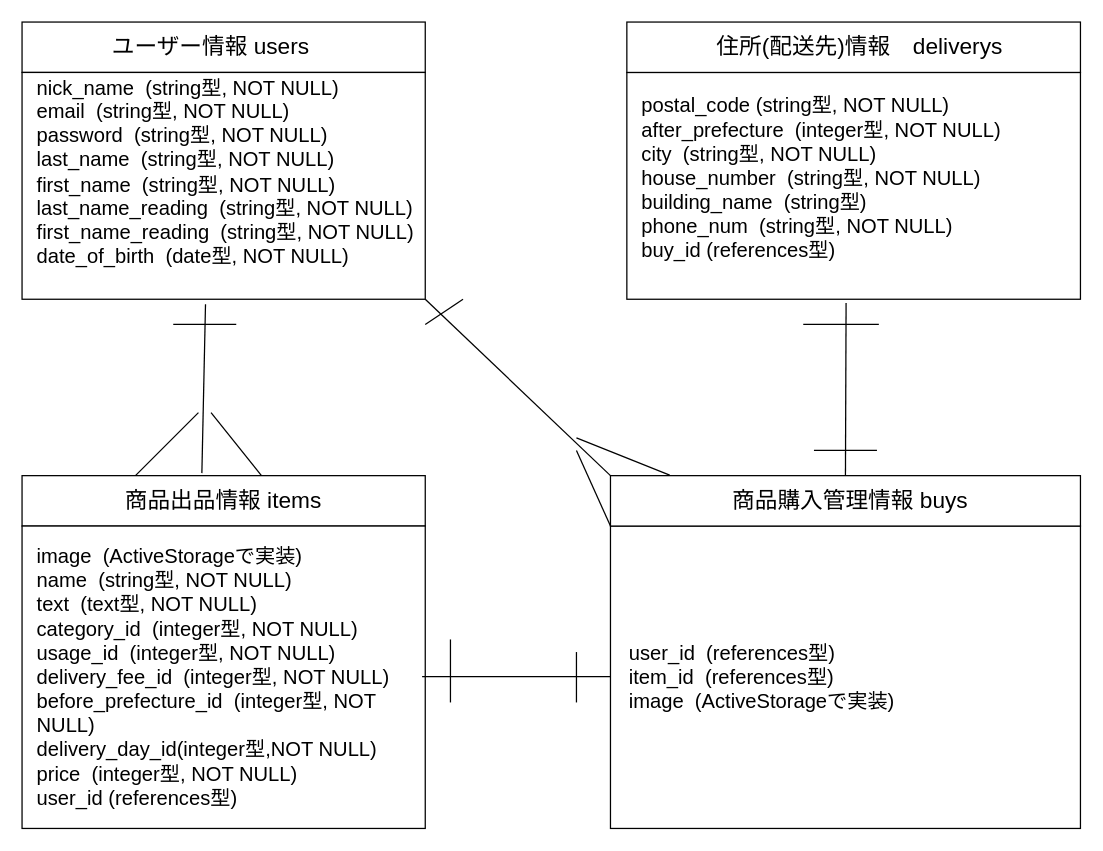
kittan-hub/furima-31661 keeps this draw.io diagram as furima.dio. Above is the earlier version. Source tidied: cells renumbered, new cells numbered last; positions are measured from the earlier drawing's top-left corner, leaving out a move shared by most shapes. Both pictures are drawn from the tidied source at 126%, with x=0, y=0 at pixel (21, 21).
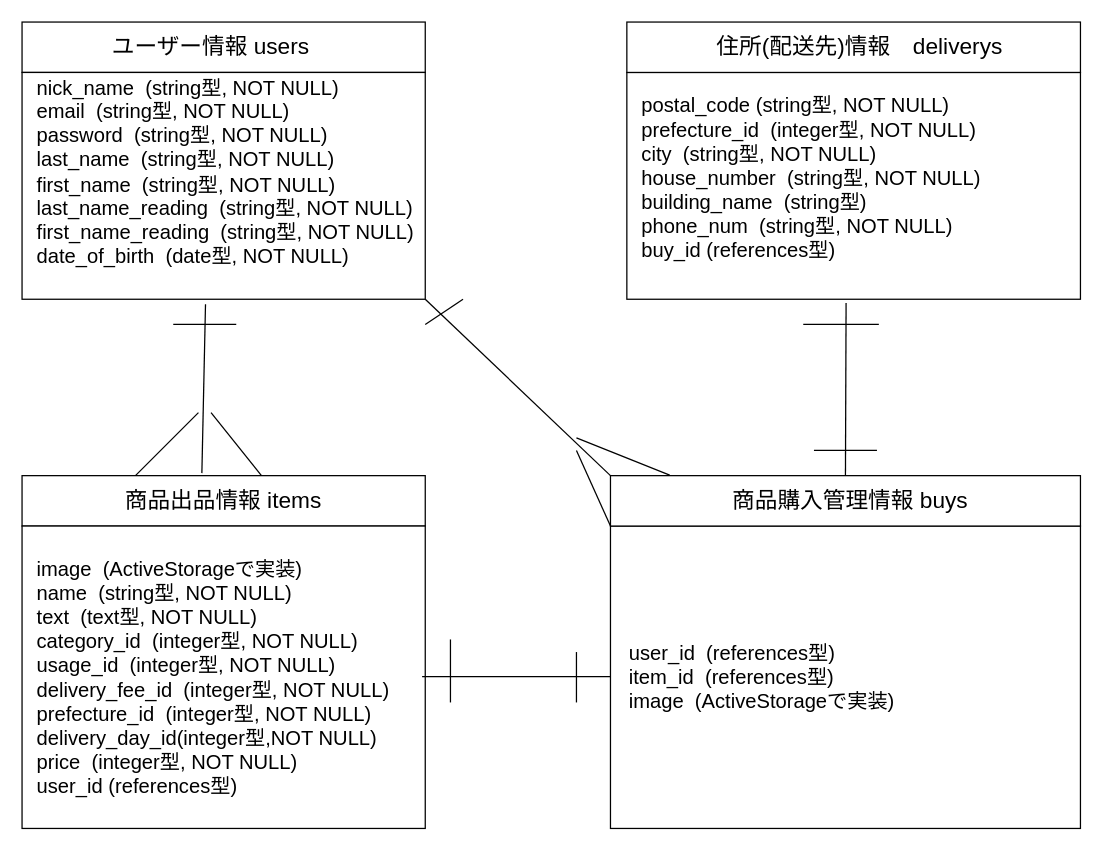
After the change.

Commit message (it also covers changes not shown here):
都道府県カラムの修正

What changed in the source:
```diff
@@
-    <mxCell id="9" value="postal_code (string型, NOT NULL)&lt;br&gt;after_prefecture&amp;nbsp; (integer型, NOT NULL)&lt;br&gt;city&amp;nbsp; (string型, NOT NULL)&lt;br&gt;house_number&amp;nbsp; (string型, NOT NULL)&lt;br&gt;building_name&amp;nbsp; (string型)&lt;br&gt;phone_num&amp;nbsp; (string型, NOT NULL)&lt;br&gt;buy_id (references型)" style="text;html=1;strokeColor=none;fillColor=none;align=left;verticalAlign=middle;whiteSpace=wrap;rounded=0;fontSize=16;" parent="1" vertex="1">
+    <mxCell id="9" value="postal_code (string型, NOT NULL)&lt;br&gt;prefecture_id&amp;nbsp; (integer型, NOT NULL)&lt;br&gt;city&amp;nbsp; (string型, NOT NULL)&lt;br&gt;house_number&amp;nbsp; (string型, NOT NULL)&lt;br&gt;building_name&amp;nbsp; (string型)&lt;br&gt;phone_num&amp;nbsp; (string型, NOT NULL)&lt;br&gt;buy_id (references型)" style="text;html=1;strokeColor=none;fillColor=none;align=left;verticalAlign=middle;whiteSpace=wrap;rounded=0;fontSize=16;" parent="1" vertex="1">
       <mxGeometry x="490" y="49" width="340" height="150" as="geometry" />
     </mxCell>
@@
-    <mxCell id="16" value="image&amp;nbsp; (ActiveStorageで実装)&lt;br&gt;name&amp;nbsp; (string型, NOT NULL)&lt;br&gt;text&amp;nbsp; (text型, NOT NULL)&lt;br&gt;category_id&amp;nbsp; (integer型, NOT NULL)&lt;br&gt;usage_id&amp;nbsp; (integer型, NOT NULL)&lt;br&gt;delivery_fee_id&amp;nbsp; (integer型, NOT NULL)&lt;br&gt;before_prefecture_id&amp;nbsp; (integer型, NOT NULL)&lt;br&gt;delivery_day_id(integer型,NOT NULL)&lt;br&gt;price&amp;nbsp; (integer型, NOT NULL)&lt;br&gt;user_id (references型)" style="text;html=1;strokeColor=none;fillColor=none;align=left;verticalAlign=middle;whiteSpace=wrap;rounded=0;fontSize=16;" parent="1" vertex="1">
+    <mxCell id="16" value="image&amp;nbsp; (ActiveStorageで実装)&lt;br&gt;name&amp;nbsp; (string型, NOT NULL)&lt;br&gt;text&amp;nbsp; (text型, NOT NULL)&lt;br&gt;category_id&amp;nbsp; (integer型, NOT NULL)&lt;br&gt;usage_id&amp;nbsp; (integer型, NOT NULL)&lt;br&gt;delivery_fee_id&amp;nbsp; (integer型, NOT NULL)&lt;br&gt;prefecture_id&amp;nbsp; (integer型, NOT NULL)&lt;br&gt;delivery_day_id(integer型,NOT NULL)&lt;br&gt;price&amp;nbsp; (integer型, NOT NULL)&lt;br&gt;user_id (references型)" style="text;html=1;strokeColor=none;fillColor=none;align=left;verticalAlign=middle;whiteSpace=wrap;rounded=0;fontSize=16;" parent="1" vertex="1">
       <mxGeometry x="10" y="400" width="300" height="240" as="geometry" />
     </mxCell>
```
